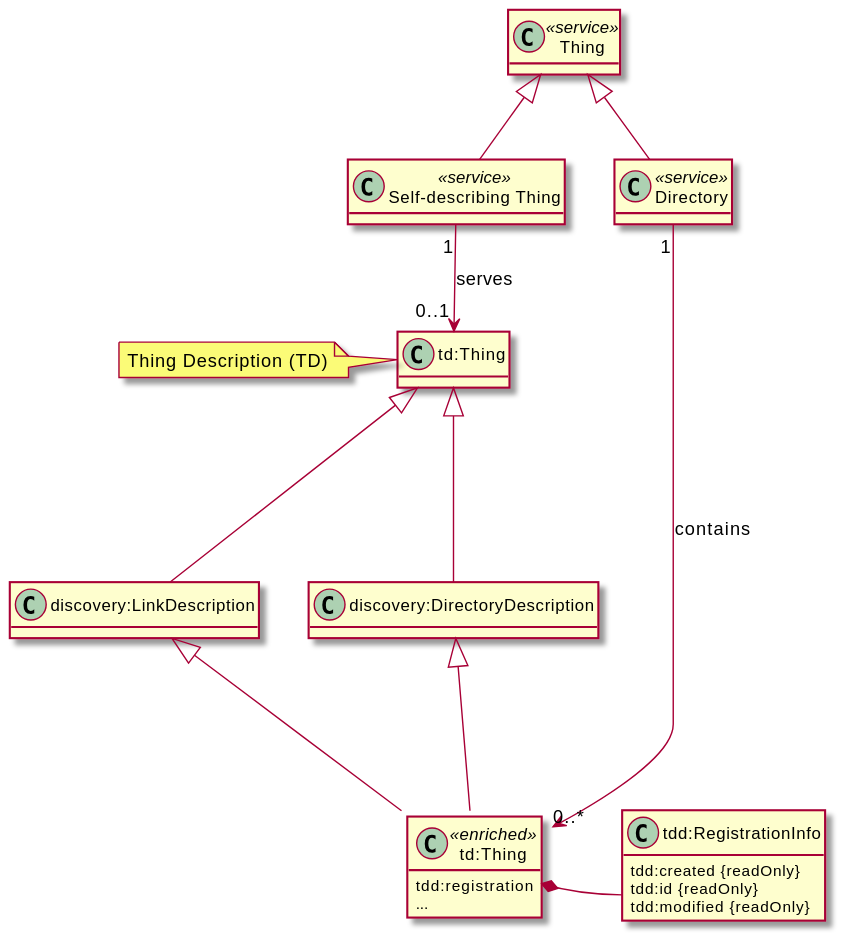
This is images/exploration-class-diagram.svg from w3c/wot-discovery, a PlantUML export, as it was before one commit.
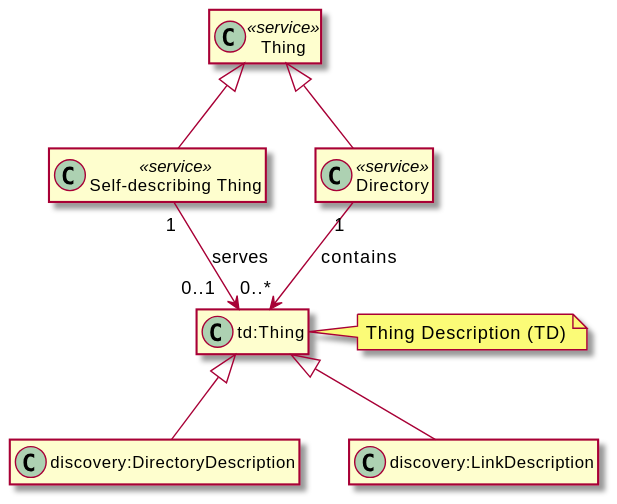
The same diagram one commit later.

Commit message:
separate directory model

Diff of the diagram source:
```diff
@@ -1,37 +1,27 @@
 @startuml exploration-class-diagram
 hide methods
+hide members
 
 class Thing <<service>>
-class SelfDesc as "Self-describing Thing" <<service>>
-class Directory <<service>>
 together {
-    class TD as "td:Thing"
-    note left: Thing Description (TD)
+    class SelfDesc as "Self-describing Thing" <<service>>
+    class Directory <<service>>
+}
 
+class TD as "td:Thing"
+note right: Thing Description (TD)
+together {
     class DD as "discovery:DirectoryDescription"
 
     class LD as "discovery:LinkDescription"
-
-    class EnrichedTD as "td:Thing" <<enriched>> {
-        tdd:registration
-        ...
-    }
-}
-class RI as "tdd:RegistrationInfo" {
-    tdd:created {readOnly}
-    tdd:id {readOnly}
-    tdd:modified {readOnly}
 }
 
 Thing <|-- SelfDesc
 Thing <|-- Directory
-SelfDesc "1" --> "0..1" TD: serves
+SelfDesc "1" --> "0..1  " TD: serves
 TD <|-- DD
 TD <|-- LD
-EnrichedTD -up-|> DD
-EnrichedTD -up-|> LD
-Directory "1" --> "0..*" EnrichedTD: contains
-EnrichedTD::registration *-right- RI
+Directory "1" --> "0..*" TD: contains
 
 
 @enduml
```
